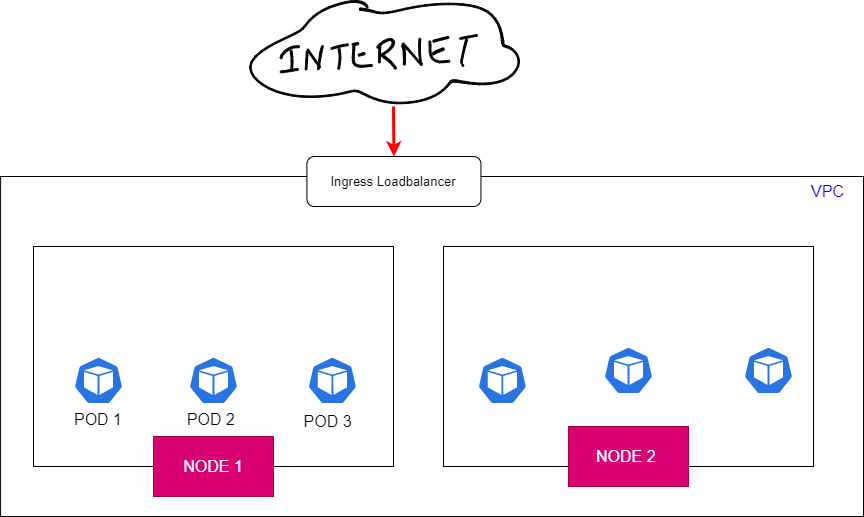
dikshita-git/RP_Study-on-Ingress-and-its-security-IPv4-IPv6- keeps this draw.io diagram as Page_images/Ingress_network.png. Above is the earlier version. Source tidied: cells renumbered, new cells last; positions are measured from the earlier drawing's top-left corner, leaving out a move shared by most shapes.
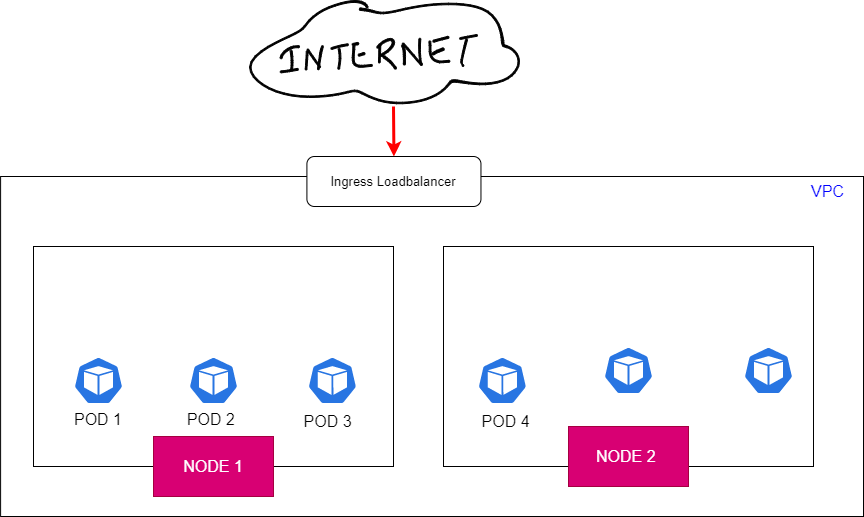
After the change.

Diff of the diagram source:
```diff
@@ -121,5 +121,8 @@
     <mxCell id="40" value="&lt;font color=&quot;#000000&quot;&gt;POD 3&amp;nbsp;&amp;nbsp;&lt;/font&gt;" style="text;html=1;strokeColor=none;fillColor=none;align=center;verticalAlign=middle;whiteSpace=wrap;rounded=0;fontSize=16;fontColor=#0000FF;" parent="1" vertex="1">
       <mxGeometry x="301.9" y="406" width="60" height="30" as="geometry" />
     </mxCell>
+    <mxCell id="41" value="&lt;font color=&quot;#000000&quot;&gt;POD 4&amp;nbsp;&amp;nbsp;&lt;/font&gt;" style="text;html=1;strokeColor=none;fillColor=none;align=center;verticalAlign=middle;whiteSpace=wrap;rounded=0;fontSize=16;fontColor=#0000FF;" parent="1" vertex="1">
+      <mxGeometry x="480.5" y="406" width="60" height="30" as="geometry" />
+    </mxCell>
   </root>
 </mxGraphModel>
```
